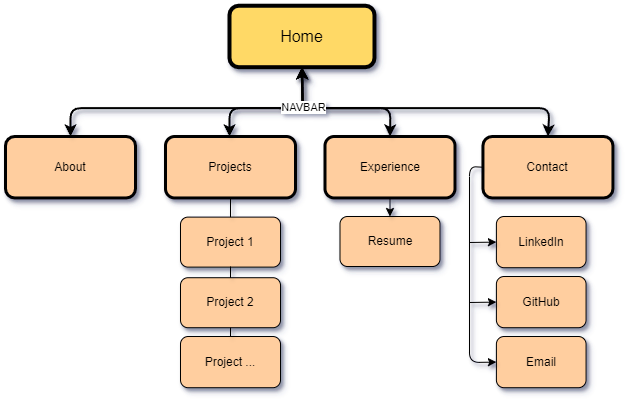
Earlier version of the draw.io export docs/Portfolio Sitemap.drawio.png (GeorgeNeocleous/GeorgeNeocleous). Source tidied: cells renumbered, new cells last; positions are measured from the earlier drawing's top-left corner, leaving out a move shared by most shapes.
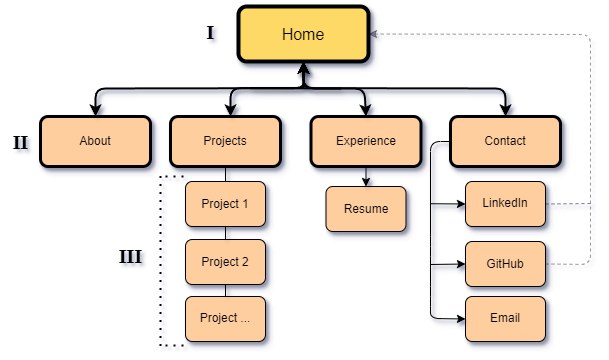
After the change.

What changed in the source:
```diff
@@ -2,135 +2,164 @@
   <root>
     <mxCell id="0" />
     <mxCell id="1" parent="0" />
-    <mxCell id="2" style="group;" parent="1" vertex="1">
-      <mxGeometry y="0.2" width="607.4" height="382" as="geometry" />
-    </mxCell>
-    <mxCell id="3" style="group;" parent="2" vertex="1">
-      <mxGeometry x="175" y="211.4" width="100" height="170.6" as="geometry" />
-    </mxCell>
-    <mxCell id="4" value="Project 1" style="whiteSpace=wrap;html=1;fillColor=#FFCE9F;strokeColor=#000000;rounded=1;gradientColor=none;gradientDirection=radial;shadow=1;" parent="3" vertex="1">
-      <mxGeometry width="100" height="50" as="geometry" />
-    </mxCell>
-    <mxCell id="5" value="Project 2" style="whiteSpace=wrap;html=1;fillColor=#FFCE9F;strokeColor=#000000;rounded=1;gradientColor=none;gradientDirection=radial;shadow=1;" parent="3" vertex="1">
-      <mxGeometry y="60.6" width="100" height="50" as="geometry" />
-    </mxCell>
-    <mxCell id="6" style="endArrow=none;html=1;rounded=1;curved=0;exitX=0.5;exitY=0;exitDx=0;exitDy=0;shadow=1;" parent="3" edge="1" source="5">
-      <mxGeometry relative="1" as="geometry">
-        <mxPoint x="50" y="49.4" as="targetPoint" />
-      </mxGeometry>
-    </mxCell>
-    <mxCell id="7" value="Project ..." style="whiteSpace=wrap;html=1;fillColor=#FFCE9F;strokeColor=#000000;rounded=1;gradientColor=none;gradientDirection=radial;shadow=1;" parent="3" vertex="1">
-      <mxGeometry y="119.4" width="100" height="51.2" as="geometry" />
-    </mxCell>
-    <mxCell id="8" style="endArrow=none;html=1;rounded=1;curved=0;exitX=0.5;exitY=0;exitDx=0;exitDy=0;shadow=1;entryX=0.5;entryY=1;entryDx=0;entryDy=0;" parent="3" edge="1" source="7" target="5">
-      <mxGeometry relative="1" as="geometry" />
-    </mxCell>
-    <mxCell id="9" style="endArrow=none;html=1;rounded=1;entryX=0.5;entryY=1;entryDx=0;entryDy=0;exitX=0.5;exitY=0;exitDx=0;exitDy=0;curved=0;shadow=1;" parent="2" edge="1" source="4" target="15">
+    <mxCell id="9" style="endArrow=none;html=1;rounded=1;entryX=0.5;entryY=1;entryDx=0;entryDy=0;exitX=0.5;exitY=0;exitDx=0;exitDy=0;curved=0;shadow=1;" parent="1" edge="1" source="4" target="15">
       <mxGeometry relative="1" as="geometry" />
     </mxCell>
-    <mxCell id="10" style="group;" parent="2" vertex="1">
-      <mxGeometry width="607.4" height="382" as="geometry" />
-    </mxCell>
-    <mxCell id="11" value="Resume" style="whiteSpace=wrap;html=1;fillColor=#FFCE9F;strokeColor=#000000;rounded=1;gradientColor=none;gradientDirection=radial;shadow=1;" parent="10" vertex="1">
-      <mxGeometry x="334.5" y="210.8" width="100" height="50" as="geometry" />
+    <mxCell id="11" value="Resume" style="whiteSpace=wrap;html=1;fillColor=#FFCE9F;strokeColor=#000000;rounded=1;gradientColor=none;gradientDirection=radial;shadow=1;" parent="1" vertex="1">
+      <mxGeometry x="319.5" y="201" width="80" height="45" as="geometry" />
     </mxCell>
-    <mxCell id="12" style="group;" parent="10" vertex="1">
-      <mxGeometry width="607.4" height="382" as="geometry" />
-    </mxCell>
+    <mxCell id="31" style="endArrow=classic;html=1;rounded=1;entryX=0.5;entryY=0;entryDx=0;entryDy=0;exitX=0.5;exitY=1;exitDx=0;exitDy=0;curved=0;shadow=1;" parent="1" edge="1" source="14" target="11">
+      <mxGeometry relative="1" as="geometry" />
+    </mxCell>
-    <mxCell id="13" value="&lt;font style=&quot;font-size: 16px;&quot;&gt;Home&lt;/font&gt;" style="rounded=1;whiteSpace=wrap;html=1;fillColor=#FFD966;strokeColor=#000000;strokeWidth=4;glass=0;shadow=1;" parent="12" vertex="1">
-      <mxGeometry x="224" width="145" height="61.5" as="geometry" />
+    <mxCell id="13" value="&lt;font style=&quot;font-size: 16px;&quot;&gt;Home&lt;/font&gt;" style="rounded=1;whiteSpace=wrap;html=1;fillColor=#FFD966;strokeColor=#000000;strokeWidth=4;glass=0;shadow=1;" parent="1" vertex="1">
+      <mxGeometry x="232" y="21" width="130" height="55" as="geometry" />
     </mxCell>
-    <mxCell id="14" value="Experience" style="whiteSpace=wrap;html=1;fillColor=#FFCE9F;strokeColor=#000000;rounded=1;strokeWidth=3;shadow=1;" parent="12" vertex="1">
-      <mxGeometry x="319.5" y="130.8" width="130" height="61.5" as="geometry" />
+    <mxCell id="14" value="Experience" style="whiteSpace=wrap;html=1;fillColor=#FFCE9F;strokeColor=#000000;rounded=1;strokeWidth=3;shadow=1;" parent="1" vertex="1">
+      <mxGeometry x="304.5" y="131" width="110" height="50" as="geometry" />
     </mxCell>
-    <mxCell id="15" value="Projects" style="whiteSpace=wrap;html=1;fillColor=#FFCE9F;strokeColor=#000000;rounded=1;strokeWidth=3;shadow=1;" parent="12" vertex="1">
-      <mxGeometry x="160" y="130.8" width="130" height="61.5" as="geometry" />
+    <mxCell id="15" value="Projects" style="whiteSpace=wrap;html=1;fillColor=#FFCE9F;strokeColor=#000000;rounded=1;strokeWidth=3;shadow=1;" parent="1" vertex="1">
+      <mxGeometry x="164" y="131" width="110" height="50" as="geometry" />
     </mxCell>
-    <mxCell id="16" value="About" style="whiteSpace=wrap;html=1;fillColor=#FFCE9F;strokeColor=#000000;rounded=1;strokeWidth=3;shadow=1;" parent="12" vertex="1">
-      <mxGeometry y="130.8" width="130" height="61.5" as="geometry" />
+    <mxCell id="16" value="About" style="whiteSpace=wrap;html=1;fillColor=#FFCE9F;strokeColor=#000000;rounded=1;strokeWidth=3;shadow=1;" parent="1" vertex="1">
+      <mxGeometry x="34" y="131" width="110" height="50" as="geometry" />
     </mxCell>
-    <mxCell id="17" style="endArrow=classic;startArrow=classic;html=1;rounded=1;entryX=0.5;entryY=0;entryDx=0;entryDy=0;exitX=0.5;exitY=1;exitDx=0;exitDy=0;jumpStyle=none;curved=0;strokeWidth=2;shadow=1;" parent="12" edge="1" source="13" target="25">
+    <mxCell id="17" style="endArrow=classic;startArrow=classic;html=1;rounded=1;entryX=0.5;entryY=0;entryDx=0;entryDy=0;exitX=0.5;exitY=1;exitDx=0;exitDy=0;jumpStyle=none;curved=0;strokeWidth=2;shadow=1;" parent="1" edge="1" source="13" target="25">
       <mxGeometry relative="1" as="geometry">
         <Array as="points">
-          <mxPoint x="297" y="102.4" />
-          <mxPoint x="544" y="102.4" />
+          <mxPoint x="297" y="102.7" />
+          <mxPoint x="499" y="103" />
         </Array>
       </mxGeometry>
     </mxCell>
-    <mxCell id="18" style="endArrow=classic;startArrow=classic;html=1;rounded=1;exitX=0.5;exitY=1;exitDx=0;exitDy=0;curved=0;strokeWidth=2;shadow=1;" parent="12" edge="1">
+    <mxCell id="18" style="endArrow=classic;startArrow=classic;html=1;rounded=1;curved=0;strokeWidth=2;shadow=1;exitX=0.5;exitY=1;exitDx=0;exitDy=0;" parent="1" edge="1" source="13">
       <mxGeometry relative="1" as="geometry">
-        <mxPoint x="296.5" y="61.5" as="sourcePoint" />
-        <mxPoint x="224" y="130.8" as="targetPoint" />
+        <mxPoint x="224" y="131" as="targetPoint" />
         <Array as="points">
-          <mxPoint x="297" y="92.2" />
-          <mxPoint x="297" y="102.4" />
-          <mxPoint x="294" y="102.4" />
-          <mxPoint x="224" y="102.4" />
+          <mxPoint x="297" y="92.4" />
+          <mxPoint x="297" y="102.7" />
+          <mxPoint x="294" y="102.7" />
+          <mxPoint x="224" y="102.7" />
         </Array>
       </mxGeometry>
     </mxCell>
-    <mxCell id="19" style="endArrow=classic;startArrow=classic;html=1;rounded=1;exitX=0.5;exitY=1;exitDx=0;exitDy=0;entryX=0.5;entryY=0;entryDx=0;entryDy=0;curved=0;strokeWidth=2;shadow=1;" parent="12" edge="1" source="13" target="16">
+    <mxCell id="19" style="endArrow=classic;startArrow=classic;html=1;rounded=1;entryX=0.5;entryY=0;entryDx=0;entryDy=0;curved=0;strokeWidth=2;shadow=1;exitX=0.5;exitY=1;exitDx=0;exitDy=0;" parent="1" edge="1" source="13" target="16">
       <mxGeometry relative="1" as="geometry">
         <Array as="points">
-          <mxPoint x="297" y="82" />
-          <mxPoint x="297" y="102.4" />
-          <mxPoint x="65" y="102.4" />
+          <mxPoint x="297" y="82.2" />
+          <mxPoint x="297" y="102.7" />
+          <mxPoint x="89" y="103" />
         </Array>
       </mxGeometry>
     </mxCell>
-    <mxCell id="20" style="endArrow=classic;startArrow=classic;html=1;rounded=1;entryX=0.5;entryY=0;entryDx=0;entryDy=0;exitX=0.5;exitY=1;exitDx=0;exitDy=0;jumpStyle=none;curved=0;strokeWidth=2;shadow=1;" parent="12" edge="1" source="13" target="14">
+    <mxCell id="20" style="endArrow=classic;startArrow=classic;html=1;rounded=1;jumpStyle=none;curved=0;strokeWidth=2;shadow=1;sourcePerimeterSpacing=0;entryX=0.5;entryY=0;entryDx=0;entryDy=0;exitX=0.5;exitY=1;exitDx=0;exitDy=0;" parent="1" edge="1" source="13" target="14">
       <mxGeometry relative="1" as="geometry">
         <Array as="points">
-          <mxPoint x="297" y="82" />
-          <mxPoint x="297" y="102.4" />
-          <mxPoint x="385" y="102.4" />
+          <mxPoint x="297" y="103" />
+          <mxPoint x="358" y="103" />
         </Array>
       </mxGeometry>
     </mxCell>
-    <mxCell id="21" style="endArrow=none;html=1;rounded=0;strokeWidth=2;shadow=1;" parent="12" edge="1">
+    <mxCell id="21" style="endArrow=none;html=1;rounded=0;strokeWidth=2;shadow=1;" parent="1" edge="1">
       <mxGeometry relative="1" as="geometry">
-        <mxPoint x="274" y="102.4" as="sourcePoint" />
-        <mxPoint x="374" y="102.4" as="targetPoint" />
+        <mxPoint x="244" y="102.7" as="sourcePoint" />
+        <mxPoint x="334" y="103" as="targetPoint" />
       </mxGeometry>
     </mxCell>
-    <mxCell id="22" value="NAVBAR" style="edgeLabel;html=1;align=center;verticalAlign=middle;" parent="21" vertex="1">
-      <mxGeometry x="-0.52" y="1" relative="1" as="geometry" />
-    </mxCell>
-    <mxCell id="23" style="group;" parent="12" vertex="1">
-      <mxGeometry x="464" y="130.8" width="143.4" height="251.2" as="geometry" />
-    </mxCell>
-    <mxCell id="24" value="LinkedIn" style="whiteSpace=wrap;html=1;fillColor=#FFCE9F;strokeColor=#000000;rounded=1;gradientColor=none;gradientDirection=radial;shadow=1;" parent="23" vertex="1">
-      <mxGeometry x="26.9" y="80" width="89.7" height="51.2" as="geometry" />
+    <mxCell id="24" value="LinkedIn" style="whiteSpace=wrap;html=1;fillColor=#FFCE9F;strokeColor=#000000;rounded=1;gradientColor=none;gradientDirection=radial;shadow=1;" parent="1" vertex="1">
+      <mxGeometry x="459" y="196" width="80" height="45" as="geometry" />
     </mxCell>
-    <mxCell id="25" value="Contact" style="whiteSpace=wrap;html=1;fillColor=#FFCE9F;strokeColor=#000000;rounded=1;strokeWidth=3;shadow=1;" parent="23" vertex="1">
-      <mxGeometry x="13.4" width="130" height="61.5" as="geometry" />
+    <mxCell id="25" value="Contact" style="whiteSpace=wrap;html=1;fillColor=#FFCE9F;strokeColor=#000000;rounded=1;strokeWidth=3;shadow=1;" parent="1" vertex="1">
+      <mxGeometry x="444" y="131" width="110" height="50" as="geometry" />
     </mxCell>
-    <mxCell id="26" value="GitHub" style="whiteSpace=wrap;html=1;fillColor=#FFCE9F;strokeColor=#000000;rounded=1;gradientColor=none;gradientDirection=radial;shadow=1;" parent="23" vertex="1">
-      <mxGeometry x="26.9" y="140" width="89.7" height="51.2" as="geometry" />
+    <mxCell id="26" value="GitHub" style="whiteSpace=wrap;html=1;fillColor=#FFCE9F;strokeColor=#000000;rounded=1;gradientColor=none;gradientDirection=radial;shadow=1;" parent="1" vertex="1">
+      <mxGeometry x="459" y="256" width="80" height="45" as="geometry" />
     </mxCell>
-    <mxCell id="27" value="Email" style="whiteSpace=wrap;html=1;fillColor=#FFCE9F;strokeColor=#000000;rounded=1;gradientColor=none;gradientDirection=radial;shadow=1;" parent="23" vertex="1">
-      <mxGeometry x="26.9" y="200" width="89.7" height="51.2" as="geometry" />
+    <mxCell id="27" value="Email" style="whiteSpace=wrap;html=1;fillColor=#FFCE9F;strokeColor=#000000;rounded=1;gradientColor=none;gradientDirection=radial;shadow=1;" parent="1" vertex="1">
+      <mxGeometry x="459" y="311" width="80" height="45" as="geometry" />
     </mxCell>
-    <mxCell id="28" style="endArrow=classic;html=1;rounded=0;entryX=0;entryY=0.5;entryDx=0;entryDy=0;shadow=1;" parent="23" edge="1" target="24">
+    <mxCell id="28" style="endArrow=classic;html=1;rounded=0;entryX=0;entryY=0.5;entryDx=0;entryDy=0;shadow=1;" parent="1" edge="1" target="24">
       <mxGeometry relative="1" as="geometry">
-        <mxPoint y="106" as="sourcePoint" />
+        <mxPoint x="424" y="218.2" as="sourcePoint" />
       </mxGeometry>
     </mxCell>
-    <mxCell id="29" style="endArrow=classic;html=1;rounded=0;entryX=0;entryY=0.5;entryDx=0;entryDy=0;shadow=1;" parent="23" edge="1" target="26">
+    <mxCell id="29" style="endArrow=classic;html=1;rounded=0;entryX=0;entryY=0.5;entryDx=0;entryDy=0;shadow=1;" parent="1" edge="1" target="26">
       <mxGeometry relative="1" as="geometry">
-        <mxPoint y="166" as="sourcePoint" />
+        <mxPoint x="424" y="279" as="sourcePoint" />
       </mxGeometry>
     </mxCell>
-    <mxCell id="30" style="endArrow=classic;html=1;rounded=1;entryX=0;entryY=0.5;entryDx=0;entryDy=0;exitX=0;exitY=0.5;exitDx=0;exitDy=0;curved=0;shadow=1;" parent="23" edge="1" source="25" target="27">
+    <mxCell id="30" style="endArrow=classic;html=1;rounded=1;entryX=0;entryY=0.5;entryDx=0;entryDy=0;exitX=0;exitY=0.5;exitDx=0;exitDy=0;curved=0;shadow=1;" parent="1" edge="1" source="25" target="27">
       <mxGeometry relative="1" as="geometry">
         <Array as="points">
-          <mxPoint y="30" />
-          <mxPoint y="226" />
+          <mxPoint x="424" y="156" />
+          <mxPoint x="424" y="261" />
+          <mxPoint x="424" y="311" />
+          <mxPoint x="424" y="333" />
         </Array>
       </mxGeometry>
     </mxCell>
-    <mxCell id="31" style="endArrow=classic;html=1;rounded=1;entryX=0.5;entryY=0;entryDx=0;entryDy=0;exitX=0.5;exitY=1;exitDx=0;exitDy=0;curved=0;shadow=1;" parent="10" edge="1" source="14" target="11">
-      <mxGeometry relative="1" as="geometry" />
-    </mxCell>
+    <mxCell id="4" value="Project 1" style="whiteSpace=wrap;html=1;fillColor=#FFCE9F;strokeColor=#000000;rounded=1;gradientColor=none;gradientDirection=radial;shadow=1;" parent="1" vertex="1">
+      <mxGeometry x="179" y="196" width="80" height="45" as="geometry" />
+    </mxCell>
+    <mxCell id="5" value="Project 2" style="whiteSpace=wrap;html=1;fillColor=#FFCE9F;strokeColor=#000000;rounded=1;gradientColor=none;gradientDirection=radial;shadow=1;" parent="1" vertex="1">
+      <mxGeometry x="179" y="254" width="80" height="45" as="geometry" />
+    </mxCell>
+    <mxCell id="6" style="endArrow=none;html=1;rounded=1;curved=0;exitX=0.5;exitY=0;exitDx=0;exitDy=0;shadow=1;entryX=0.5;entryY=1;entryDx=0;entryDy=0;" parent="1" edge="1" source="5" target="4">
+      <mxGeometry relative="1" as="geometry" />
+    </mxCell>
+    <mxCell id="7" value="Project ..." style="whiteSpace=wrap;html=1;fillColor=#FFCE9F;strokeColor=#000000;rounded=1;gradientColor=none;gradientDirection=radial;shadow=1;" parent="1" vertex="1">
+      <mxGeometry x="179" y="311" width="80" height="45" as="geometry" />
+    </mxCell>
+    <mxCell id="8" style="endArrow=none;html=1;rounded=1;curved=0;exitX=0.5;exitY=0;exitDx=0;exitDy=0;shadow=1;entryX=0.5;entryY=1;entryDx=0;entryDy=0;" parent="1" edge="1" source="7" target="5">
+      <mxGeometry relative="1" as="geometry" />
+    </mxCell>
+    <mxCell id="32" style="endArrow=classic;html=1;rounded=1;exitX=1;exitY=0.5;exitDx=0;exitDy=0;entryX=1;entryY=0.5;entryDx=0;entryDy=0;curved=0;opacity=40;dashed=1;" parent="1" edge="1" source="26" target="13">
+      <mxGeometry relative="1" as="geometry">
+        <Array as="points">
+          <mxPoint x="584" y="279" />
+          <mxPoint x="584" y="49" />
+        </Array>
+      </mxGeometry>
+    </mxCell>
+    <mxCell id="33" style="endArrow=none;html=1;rounded=1;exitX=1;exitY=0.5;exitDx=0;exitDy=0;curved=0;shadow=1;opacity=50;dashed=1;" parent="1" edge="1" source="24">
+      <mxGeometry relative="1" as="geometry">
+        <mxPoint x="584" y="218" as="targetPoint" />
+      </mxGeometry>
+    </mxCell>
+    <mxCell id="34" style="endArrow=none;html=1;rounded=0;startSize=5;strokeWidth=2;" parent="1" edge="1">
+      <mxGeometry relative="1" as="geometry">
+        <mxPoint x="296" y="101" as="sourcePoint" />
+        <mxPoint x="300" y="101" as="targetPoint" />
+      </mxGeometry>
+    </mxCell>
+    <mxCell id="35" value="&lt;font style=&quot;font-size: 20px;&quot;&gt;I&lt;/font&gt;" style="text;html=1;align=center;verticalAlign=middle;strokeColor=none;fillColor=none;fontStyle=1;fontFamily=Times New Roman;" parent="1" vertex="1">
+      <mxGeometry x="189" y="26" width="30" height="40" as="geometry" />
+    </mxCell>
+    <mxCell id="36" value="&lt;font style=&quot;font-size: 20px;&quot;&gt;II&lt;/font&gt;" style="text;html=1;align=center;verticalAlign=middle;strokeColor=none;fillColor=none;fontStyle=1;fontFamily=Times New Roman;" parent="1" vertex="1">
+      <mxGeometry x="-6" y="136" width="40" height="40" as="geometry" />
+    </mxCell>
+    <mxCell id="37" style="group;" parent="1" vertex="1">
+      <mxGeometry x="104" y="185" width="75" height="175.5" as="geometry" />
+    </mxCell>
+    <mxCell id="38" value="&lt;font style=&quot;font-size: 20px;&quot;&gt;III&lt;/font&gt;" style="text;html=1;align=center;verticalAlign=middle;strokeColor=none;fillColor=none;fontStyle=1;fontFamily=Times New Roman;" parent="37" vertex="1">
+      <mxGeometry y="65" width="40" height="40" as="geometry" />
+    </mxCell>
+    <mxCell id="39" style="endArrow=none;dashed=1;html=1;dashPattern=1 3;strokeWidth=2;rounded=0;" parent="37" edge="1">
+      <mxGeometry relative="1" as="geometry">
+        <mxPoint x="50" y="175.5" as="sourcePoint" />
+        <mxPoint x="50" as="targetPoint" />
+      </mxGeometry>
+    </mxCell>
+    <mxCell id="40" style="endArrow=none;dashed=1;html=1;dashPattern=1 3;strokeWidth=2;rounded=0;" parent="37" edge="1">
+      <mxGeometry relative="1" as="geometry">
+        <mxPoint x="55" y="6" as="sourcePoint" />
+        <mxPoint x="75" y="6" as="targetPoint" />
+      </mxGeometry>
+    </mxCell>
+    <mxCell id="41" style="endArrow=none;dashed=1;html=1;dashPattern=1 3;strokeWidth=2;rounded=0;" parent="37" edge="1">
+      <mxGeometry relative="1" as="geometry">
+        <mxPoint x="55" y="175" as="sourcePoint" />
+        <mxPoint x="75" y="175" as="targetPoint" />
+      </mxGeometry>
+    </mxCell>
   </root>
 </mxGraphModel>
```
